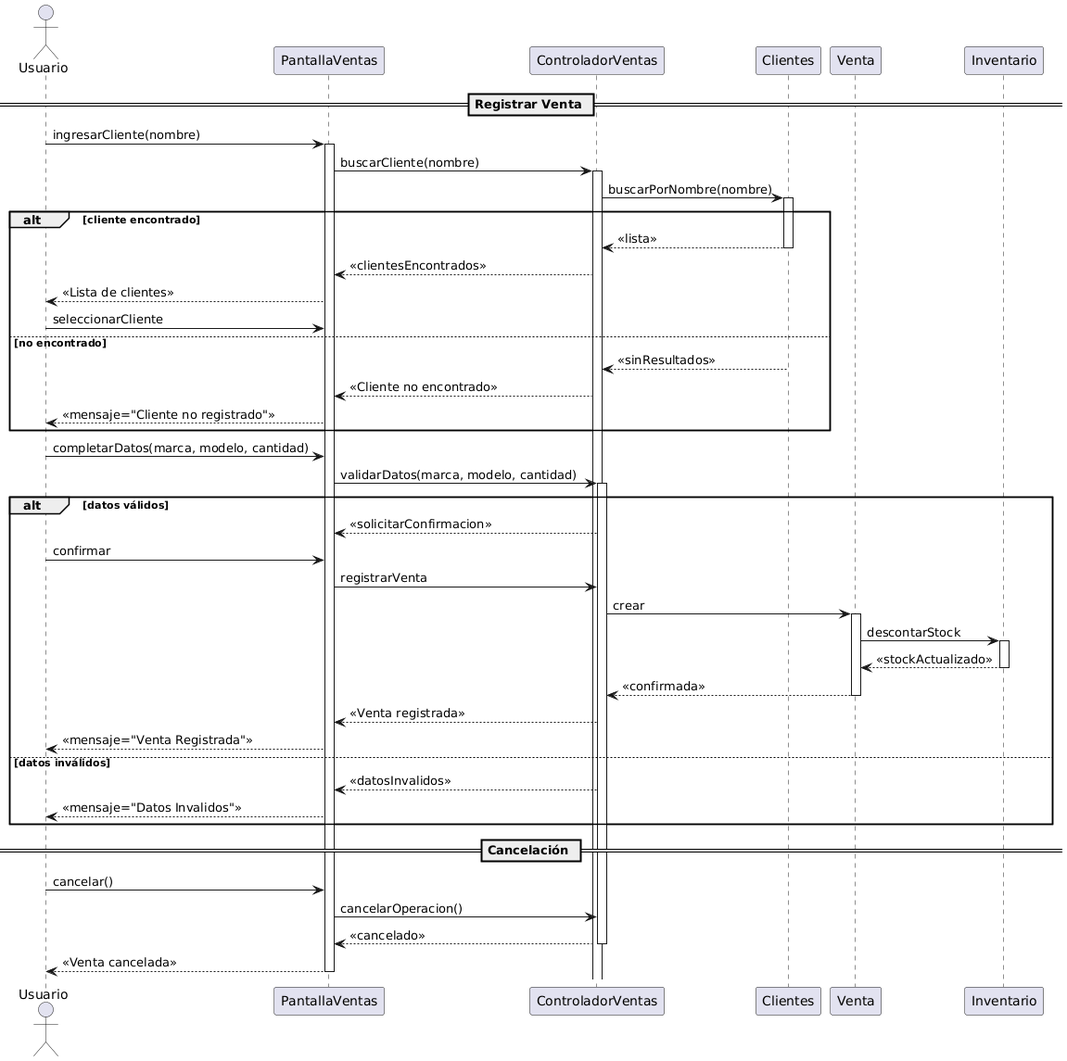
Earlier version of the PlantUML export 08 - Diagrama de secuencia/05 - Ventas/Registrar venta.png (EmanuelMonella/baterias). Source of this version:
```plantuml
@startuml
== Registrar Venta ==

actor Usuario

Usuario -> PantallaVentas : ingresarCliente(nombre)
activate PantallaVentas
PantallaVentas -> ControladorVentas : buscarCliente(nombre)
activate ControladorVentas

ControladorVentas -> Clientes : buscarPorNombre(nombre)
activate Clientes

alt cliente encontrado
    Clientes --> ControladorVentas : <<lista>>
    deactivate Clientes
    ControladorVentas --> PantallaVentas : <<clientesEncontrados>>
    PantallaVentas --> Usuario : <<Lista de clientes>>
    Usuario -> PantallaVentas : seleccionarCliente
else no encontrado
    Clientes --> ControladorVentas : <<sinResultados>>
    deactivate Clientes
    ControladorVentas --> PantallaVentas : <<Cliente no encontrado>>
    PantallaVentas --> Usuario : <<mensaje="Cliente no registrado">>
end

Usuario -> PantallaVentas : completarDatos(marca, modelo, cantidad)
PantallaVentas -> ControladorVentas : validarDatos(marca, modelo, cantidad)

activate ControladorVentas
alt datos válidos
    ControladorVentas --> PantallaVentas : <<solicitarConfirmacion>>
    Usuario -> PantallaVentas : confirmar
    PantallaVentas -> ControladorVentas : registrarVenta

    ControladorVentas -> Venta : crear
    activate Venta

    Venta -> Inventario : descontarStock
    activate Inventario
    Inventario --> Venta : <<stockActualizado>>
    deactivate Inventario

    Venta --> ControladorVentas : <<confirmada>>
    deactivate Venta

    ControladorVentas --> PantallaVentas : <<Venta registrada>>
    PantallaVentas --> Usuario : <<mensaje="Venta Registrada">>

else datos inválidos
    ControladorVentas --> PantallaVentas : <<datosInvalidos>>
    PantallaVentas --> Usuario : <<mensaje="Datos Invalidos">>
end

== Cancelación ==
Usuario -> PantallaVentas : cancelar()
PantallaVentas -> ControladorVentas : cancelarOperacion()
ControladorVentas --> PantallaVentas : <<cancelado>>
deactivate ControladorVentas
PantallaVentas --> Usuario : <<Venta cancelada>>
deactivate PantallaVentas
@enduml
```
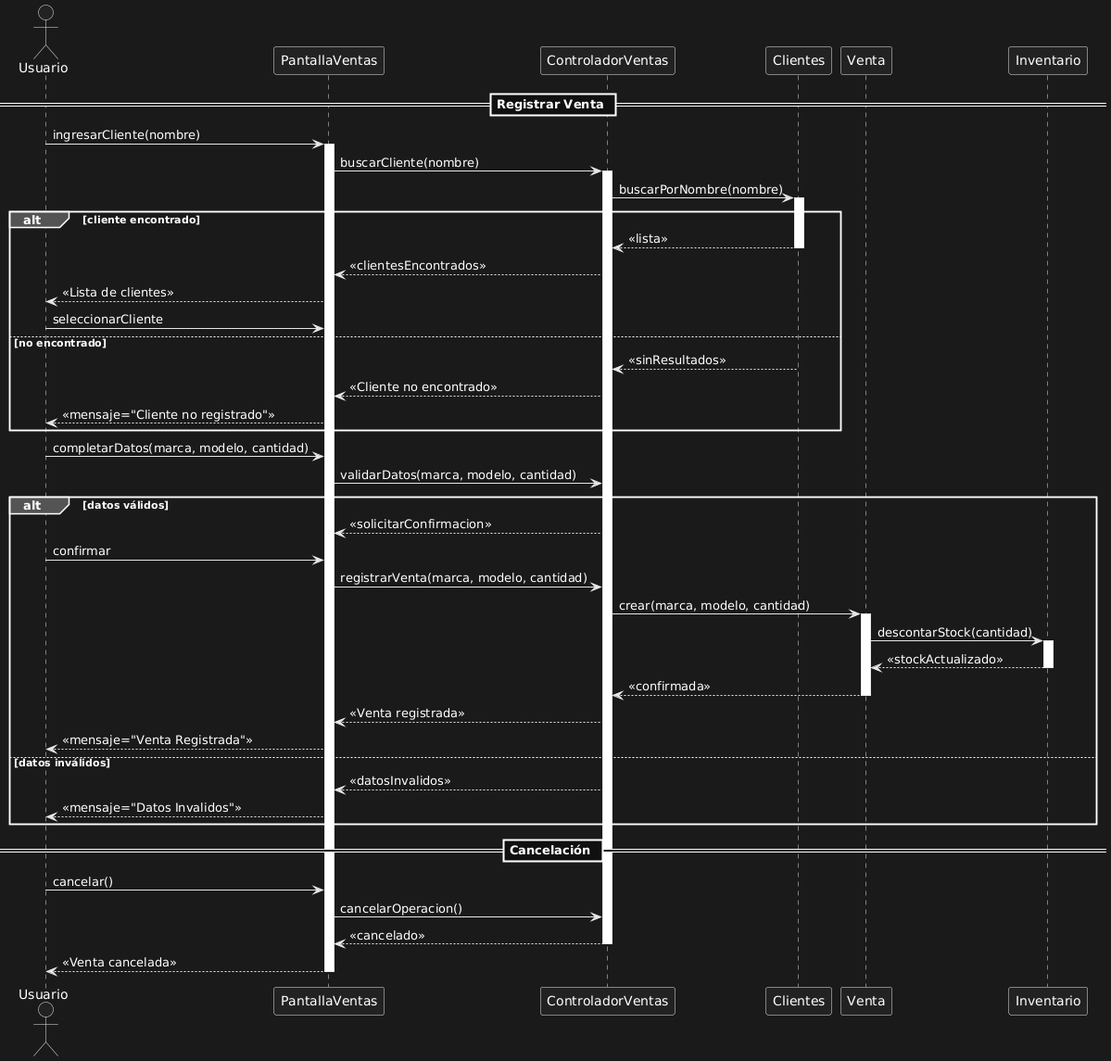
After the change.

Commit message:
correcion registrar venta

Change to the diagram source:
```diff
@@ -27,16 +27,15 @@
 Usuario -> PantallaVentas : completarDatos(marca, modelo, cantidad)
 PantallaVentas -> ControladorVentas : validarDatos(marca, modelo, cantidad)
 
-activate ControladorVentas
 alt datos válidos
     ControladorVentas --> PantallaVentas : <<solicitarConfirmacion>>
     Usuario -> PantallaVentas : confirmar
-    PantallaVentas -> ControladorVentas : registrarVenta
+    PantallaVentas -> ControladorVentas : registrarVenta(marca, modelo, cantidad)
 
-    ControladorVentas -> Venta : crear
+    ControladorVentas -> Venta : crear(marca, modelo, cantidad)
     activate Venta
 
-    Venta -> Inventario : descontarStock
+    Venta -> Inventario : descontarStock(cantidad)
     activate Inventario
     Inventario --> Venta : <<stockActualizado>>
     deactivate Inventario
```
